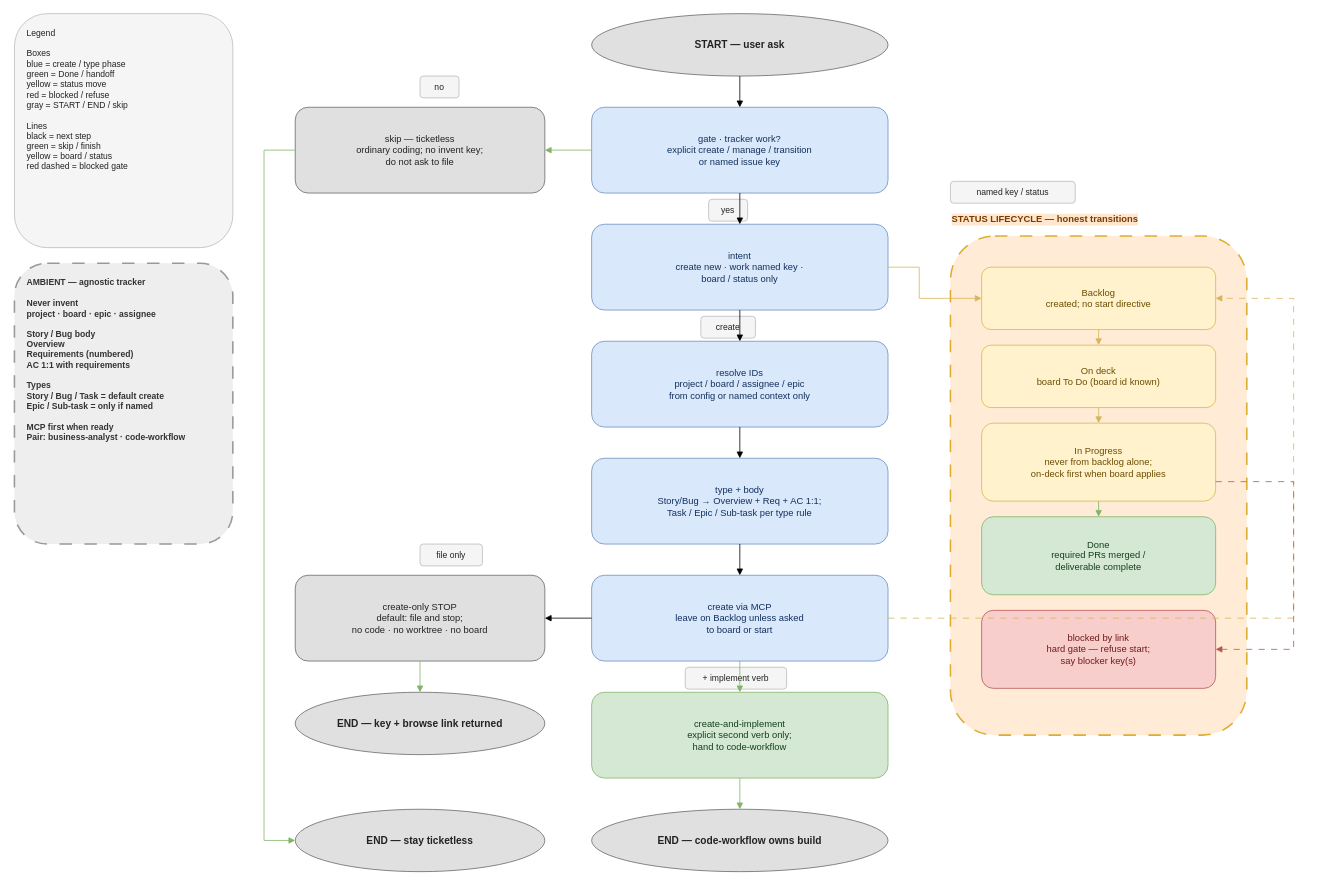
Earlier version of the draw.io diagram plugins/jira/docs/jira-workflow.drawio (nodadyoushutup/marketplace). Source tidied: cells renumbered, new cells numbered last; positions are measured from the earlier drawing's top-left corner, leaving out a move shared by most shapes. Both pictures are drawn from the tidied source at 78%, with x=0, y=0 at pixel (14, 13).
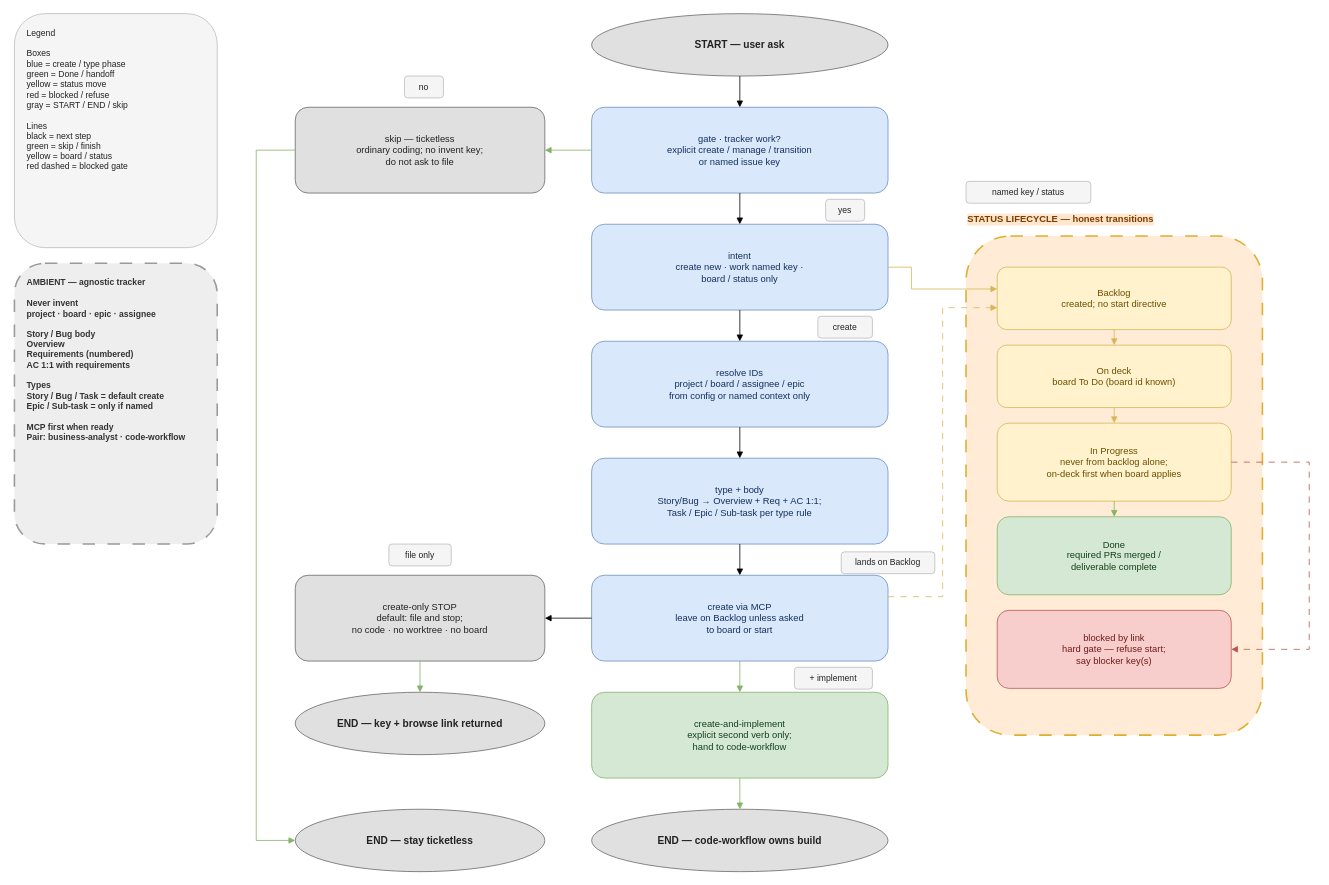
Above is the later version.

Commit message (it also covers changes not shown here):
fix(jira,ba): untangle workflow drawio edge corridors

Move chips off spine centerlines, climb create→backlog in the west
gutter so it no longer stabs blocked, split the east blocked bus, and
clear the BA skip drain off legend/ambient.

The change refers to these unchanged cells:
```xml
<mxCell id="6" value="skip — ticketless&#10;ordinary coding; no invent key;&#10;do not ask to file" style="rounded=1;whiteSpace=wrap;html=1;align=center;verticalAlign=middle;spacingLeft=12;spacingRight=12;fontSize=12;fillColor=#e0e0e0;strokeColor=#666666;fontColor=#222222;" parent="1" vertex="1">
  <mxGeometry x="360" y="120" width="320" height="110" as="geometry" />
</mxCell>
<mxCell id="7" value="intent&#10;create new · work named key ·&#10;board / status only" style="rounded=1;whiteSpace=wrap;html=1;align=center;verticalAlign=middle;spacingLeft=12;spacingRight=12;fontSize=12;fillColor=#dae8fc;strokeColor=#6c8ebf;fontColor=#12305B;" parent="1" vertex="1">
  <mxGeometry x="740" y="270" width="380" height="110" as="geometry" />
</mxCell>
<mxCell id="10" value="create via MCP&#10;leave on Backlog unless asked&#10;to board or start" style="rounded=1;whiteSpace=wrap;html=1;align=center;verticalAlign=middle;spacingLeft=12;spacingRight=12;fontSize=12;fillColor=#dae8fc;strokeColor=#6c8ebf;fontColor=#12305B;" parent="1" vertex="1">
  <mxGeometry x="740" y="720" width="380" height="110" as="geometry" />
</mxCell>
<mxCell id="21" value="END — stay ticketless" style="ellipse;whiteSpace=wrap;html=1;align=center;verticalAlign=middle;fontSize=13;fontStyle=1;fillColor=#e0e0e0;strokeColor=#666666;fontColor=#222222;" parent="1" vertex="1">
  <mxGeometry x="360" y="1020" width="320" height="80" as="geometry" />
</mxCell>
```

The edit, as a diff of the source:
```diff
@@
     <mxCell id="2" value="Legend&#10;&#10;Boxes&#10;blue = create / type phase&#10;green = Done / handoff&#10;yellow = status move&#10;red = blocked / refuse&#10;gray = START / END / skip&#10;&#10;Lines&#10;black = next step&#10;green = skip / finish&#10;yellow = board / status&#10;red dashed = blocked gate" style="rounded=1;whiteSpace=wrap;html=1;align=left;verticalAlign=top;spacingLeft=14;spacingRight=14;spacingTop=12;spacingBottom=12;fontSize=11;fillColor=#f5f5f5;strokeColor=#bbbbbb;fontColor=#222222;" parent="1" vertex="1">
-      <mxGeometry width="280" height="300" as="geometry" />
+      <mxGeometry width="260" height="300" as="geometry" />
     </mxCell>
     <mxCell id="3" value="AMBIENT — agnostic tracker&#10;&#10;Never invent&#10;project · board · epic · assignee&#10;&#10;Story / Bug body&#10;Overview&#10;Requirements (numbered)&#10;AC 1:1 with requirements&#10;&#10;Types&#10;Story / Bug / Task = default create&#10;Epic / Sub-task = only if named&#10;&#10;MCP first when ready&#10;Pair: business-analyst · code-workflow" style="rounded=1;whiteSpace=wrap;html=1;dashed=1;dashPattern=8 8;align=left;verticalAlign=top;spacingLeft=14;spacingRight=14;spacingTop=12;spacingBottom=12;fontSize=11;fontStyle=1;fillColor=#eeeeee;strokeColor=#999999;strokeWidth=2;fontColor=#333333;" parent="1" vertex="1">
-      <mxGeometry y="320" width="280" height="360" as="geometry" />
+      <mxGeometry y="320" width="260" height="360" as="geometry" />
     </mxCell>
@@
     <mxCell id="13" value="STATUS LIFECYCLE — honest transitions" style="text;html=1;align=left;verticalAlign=middle;fontSize=12;fontStyle=1;fontColor=#7A3B00;labelBackgroundColor=#ffe6cc;" parent="1" vertex="1">
-      <mxGeometry x="1200" y="250" width="380" height="28" as="geometry" />
+      <mxGeometry x="1220" y="250" width="380" height="28" as="geometry" />
     </mxCell>
     <mxCell id="14" style="rounded=1;whiteSpace=wrap;html=1;dashed=1;dashPattern=8 8;fillColor=#ffe6cc;strokeColor=#d79b00;strokeWidth=2;opacity=80;" parent="1" vertex="1">
-      <mxGeometry x="1200" y="285" width="380" height="640" as="geometry" />
+      <mxGeometry x="1220" y="285" width="380" height="640" as="geometry" />
     </mxCell>
     <mxCell id="15" value="Backlog&#10;created; no start directive" style="rounded=1;whiteSpace=wrap;html=1;align=center;verticalAlign=middle;spacingLeft=12;spacingRight=12;fontSize=12;fillColor=#fff2cc;strokeColor=#d6b656;fontColor=#6B4E00;" parent="1" vertex="1">
-      <mxGeometry x="1240" y="325" width="300" height="80" as="geometry" />
+      <mxGeometry x="1260" y="325" width="300" height="80" as="geometry" />
     </mxCell>
     <mxCell id="16" value="On deck&#10;board To Do (board id known)" style="rounded=1;whiteSpace=wrap;html=1;align=center;verticalAlign=middle;spacingLeft=12;spacingRight=12;fontSize=12;fillColor=#fff2cc;strokeColor=#d6b656;fontColor=#6B4E00;" parent="1" vertex="1">
-      <mxGeometry x="1240" y="425" width="300" height="80" as="geometry" />
+      <mxGeometry x="1260" y="425" width="300" height="80" as="geometry" />
     </mxCell>
     <mxCell id="17" value="In Progress&#10;never from backlog alone;&#10;on-deck first when board applies" style="rounded=1;whiteSpace=wrap;html=1;align=center;verticalAlign=middle;spacingLeft=12;spacingRight=12;fontSize=12;fillColor=#fff2cc;strokeColor=#d6b656;fontColor=#6B4E00;" parent="1" vertex="1">
-      <mxGeometry x="1240" y="525" width="300" height="100" as="geometry" />
+      <mxGeometry x="1260" y="525" width="300" height="100" as="geometry" />
     </mxCell>
     <mxCell id="18" value="Done&#10;required PRs merged /&#10;deliverable complete" style="rounded=1;whiteSpace=wrap;html=1;align=center;verticalAlign=middle;spacingLeft=12;spacingRight=12;fontSize=12;fillColor=#d5e8d4;strokeColor=#82b366;fontColor=#12401A;" parent="1" vertex="1">
-      <mxGeometry x="1240" y="645" width="300" height="100" as="geometry" />
+      <mxGeometry x="1260" y="645" width="300" height="100" as="geometry" />
     </mxCell>
     <mxCell id="19" value="blocked by link&#10;hard gate — refuse start;&#10;say blocker key(s)" style="rounded=1;whiteSpace=wrap;html=1;align=center;verticalAlign=middle;spacingLeft=12;spacingRight=12;fontSize=12;fillColor=#f8cecc;strokeColor=#b85450;fontColor=#6E1B18;" parent="1" vertex="1">
-      <mxGeometry x="1240" y="765" width="300" height="100" as="geometry" />
+      <mxGeometry x="1260" y="765" width="300" height="100" as="geometry" />
     </mxCell>
@@
     <mxCell id="23" value="no" style="rounded=1;whiteSpace=wrap;html=1;align=center;verticalAlign=middle;spacingLeft=10;spacingRight=10;fontSize=11;fillColor=#f5f5f5;strokeColor=#bbbbbb;fontColor=#222222;" parent="1" vertex="1">
-      <mxGeometry x="520" y="80" width="50" height="28" as="geometry" />
+      <mxGeometry x="500" y="80" width="50" height="28" as="geometry" />
     </mxCell>
     <mxCell id="24" value="yes" style="rounded=1;whiteSpace=wrap;html=1;align=center;verticalAlign=middle;spacingLeft=10;spacingRight=10;fontSize=11;fillColor=#f5f5f5;strokeColor=#bbbbbb;fontColor=#222222;" parent="1" vertex="1">
-      <mxGeometry x="890" y="238" width="50" height="28" as="geometry" />
+      <mxGeometry x="1040" y="238" width="50" height="28" as="geometry" />
     </mxCell>
     <mxCell id="25" value="create" style="rounded=1;whiteSpace=wrap;html=1;align=center;verticalAlign=middle;spacingLeft=10;spacingRight=10;fontSize=11;fillColor=#f5f5f5;strokeColor=#bbbbbb;fontColor=#222222;" parent="1" vertex="1">
-      <mxGeometry x="880" y="388" width="70" height="28" as="geometry" />
+      <mxGeometry x="1030" y="388" width="70" height="28" as="geometry" />
     </mxCell>
     <mxCell id="26" value="named key / status" style="rounded=1;whiteSpace=wrap;html=1;align=center;verticalAlign=middle;spacingLeft=10;spacingRight=10;fontSize=11;fillColor=#f5f5f5;strokeColor=#bbbbbb;fontColor=#222222;" parent="1" vertex="1">
-      <mxGeometry x="1200" y="215" width="160" height="28" as="geometry" />
+      <mxGeometry x="1220" y="215" width="160" height="28" as="geometry" />
     </mxCell>
     <mxCell id="27" value="file only" style="rounded=1;whiteSpace=wrap;html=1;align=center;verticalAlign=middle;spacingLeft=10;spacingRight=10;fontSize=11;fillColor=#f5f5f5;strokeColor=#bbbbbb;fontColor=#222222;" parent="1" vertex="1">
-      <mxGeometry x="520" y="680" width="80" height="28" as="geometry" />
+      <mxGeometry x="480" y="680" width="80" height="28" as="geometry" />
     </mxCell>
-    <mxCell id="28" value="+ implement verb" style="rounded=1;whiteSpace=wrap;html=1;align=center;verticalAlign=middle;spacingLeft=10;spacingRight=10;fontSize=11;fillColor=#f5f5f5;strokeColor=#bbbbbb;fontColor=#222222;" parent="1" vertex="1">
-      <mxGeometry x="860" y="838" width="130" height="28" as="geometry" />
+    <mxCell id="28" value="+ implement" style="rounded=1;whiteSpace=wrap;html=1;align=center;verticalAlign=middle;spacingLeft=10;spacingRight=10;fontSize=11;fillColor=#f5f5f5;strokeColor=#bbbbbb;fontColor=#222222;" parent="1" vertex="1">
+      <mxGeometry x="1000" y="838" width="100" height="28" as="geometry" />
     </mxCell>
+    <mxCell id="46" value="lands on Backlog" style="rounded=1;whiteSpace=wrap;html=1;align=center;verticalAlign=middle;spacingLeft=10;spacingRight=10;fontSize=11;fillColor=#f5f5f5;strokeColor=#bbbbbb;fontColor=#222222;" parent="1" vertex="1">
+      <mxGeometry x="1060" y="690" width="120" height="28" as="geometry" />
+    </mxCell>
@@
     <mxCell id="31" style="edgeStyle=orthogonalEdgeStyle;rounded=0;html=1;endArrow=block;jumpStyle=arc;jumpSize=10;strokeColor=#82b366;exitX=0;exitY=0.5;exitDx=0;exitDy=0;entryX=0;entryY=0.5;entryDx=0;entryDy=0;" parent="1" edge="1" source="6" target="21">
       <mxGeometry relative="1" as="geometry">
         <Array as="points">
-          <mxPoint x="320" y="175" />
-          <mxPoint x="320" y="1060" />
+          <mxPoint x="310" y="175" />
+          <mxPoint x="310" y="1060" />
         </Array>
       </mxGeometry>
     </mxCell>
@@
-    <mxCell id="34" style="edgeStyle=orthogonalEdgeStyle;rounded=0;html=1;endArrow=block;jumpStyle=arc;jumpSize=10;strokeColor=#d6b656;exitX=1;exitY=0.5;exitDx=0;exitDy=0;entryX=0;entryY=0.5;entryDx=0;entryDy=0;" parent="1" edge="1" source="7" target="15">
+    <mxCell id="34" style="edgeStyle=orthogonalEdgeStyle;rounded=0;html=1;endArrow=block;jumpStyle=arc;jumpSize=10;strokeColor=#d6b656;exitX=1;exitY=0.5;exitDx=0;exitDy=0;entryX=0;entryY=0.35;entryDx=0;entryDy=0;" parent="1" edge="1" source="7" target="15">
       <mxGeometry relative="1" as="geometry">
         <Array as="points">
-          <mxPoint x="1160" y="325" />
-          <mxPoint x="1160" y="365" />
+          <mxPoint x="1150" y="325" />
+          <mxPoint x="1150" y="353" />
         </Array>
       </mxGeometry>
     </mxCell>
@@
-    <mxCell id="41" style="edgeStyle=orthogonalEdgeStyle;rounded=0;html=1;endArrow=block;jumpStyle=arc;jumpSize=10;strokeColor=#d6b656;dashed=1;dashPattern=8 8;exitX=1;exitY=0.5;exitDx=0;exitDy=0;entryX=1;entryY=0.5;entryDx=0;entryDy=0;" parent="1" edge="1" source="10" target="15">
+    <mxCell id="41" style="edgeStyle=orthogonalEdgeStyle;rounded=0;html=1;endArrow=block;jumpStyle=arc;jumpSize=10;strokeColor=#d6b656;dashed=1;dashPattern=8 8;exitX=1;exitY=0.25;exitDx=0;exitDy=0;entryX=0;entryY=0.65;entryDx=0;entryDy=0;" parent="1" edge="1" source="10" target="15">
       <mxGeometry relative="1" as="geometry">
         <Array as="points">
-          <mxPoint x="1640" y="775" />
-          <mxPoint x="1640" y="365" />
+          <mxPoint x="1190" y="747" />
+          <mxPoint x="1190" y="377" />
         </Array>
       </mxGeometry>
     </mxCell>
@@
-    <mxCell id="45" style="edgeStyle=orthogonalEdgeStyle;rounded=0;html=1;endArrow=block;jumpStyle=arc;jumpSize=10;strokeColor=#b85450;dashed=1;dashPattern=8 8;exitX=1;exitY=0.75;exitDx=0;exitDy=0;entryX=1;entryY=0.5;entryDx=0;entryDy=0;" parent="1" edge="1" source="17" target="19">
+    <mxCell id="45" style="edgeStyle=orthogonalEdgeStyle;rounded=0;html=1;endArrow=block;jumpStyle=arc;jumpSize=10;strokeColor=#b85450;dashed=1;dashPattern=8 8;exitX=1;exitY=0.5;exitDx=0;exitDy=0;entryX=1;entryY=0.5;entryDx=0;entryDy=0;" parent="1" edge="1" source="17" target="19">
       <mxGeometry relative="1" as="geometry">
         <Array as="points">
-          <mxPoint x="1640" y="600" />
-          <mxPoint x="1640" y="815" />
+          <mxPoint x="1660" y="575" />
+          <mxPoint x="1660" y="815" />
         </Array>
       </mxGeometry>
     </mxCell>
```
